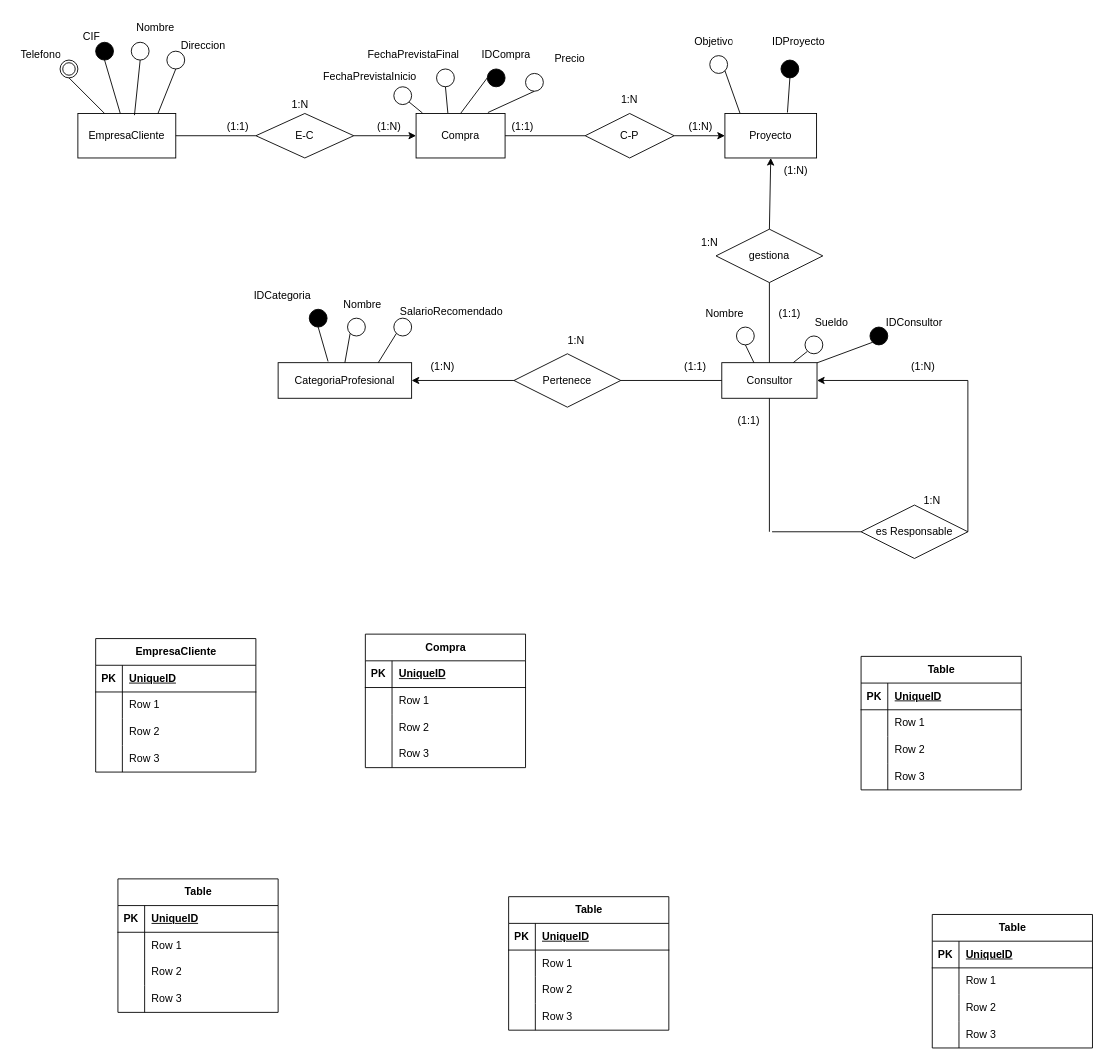
Before: EJERCICIO2.drawio in Jose-An608/BASE_DATOS_1, a draw.io diagram. Source tidied: cells renumbered, new cells numbered last; positions are measured from the earlier drawing's top-left corner, leaving out a move shared by most shapes. Both pictures are drawn from the tidied source at 89%, with x=0, y=0 at pixel (15, 15).
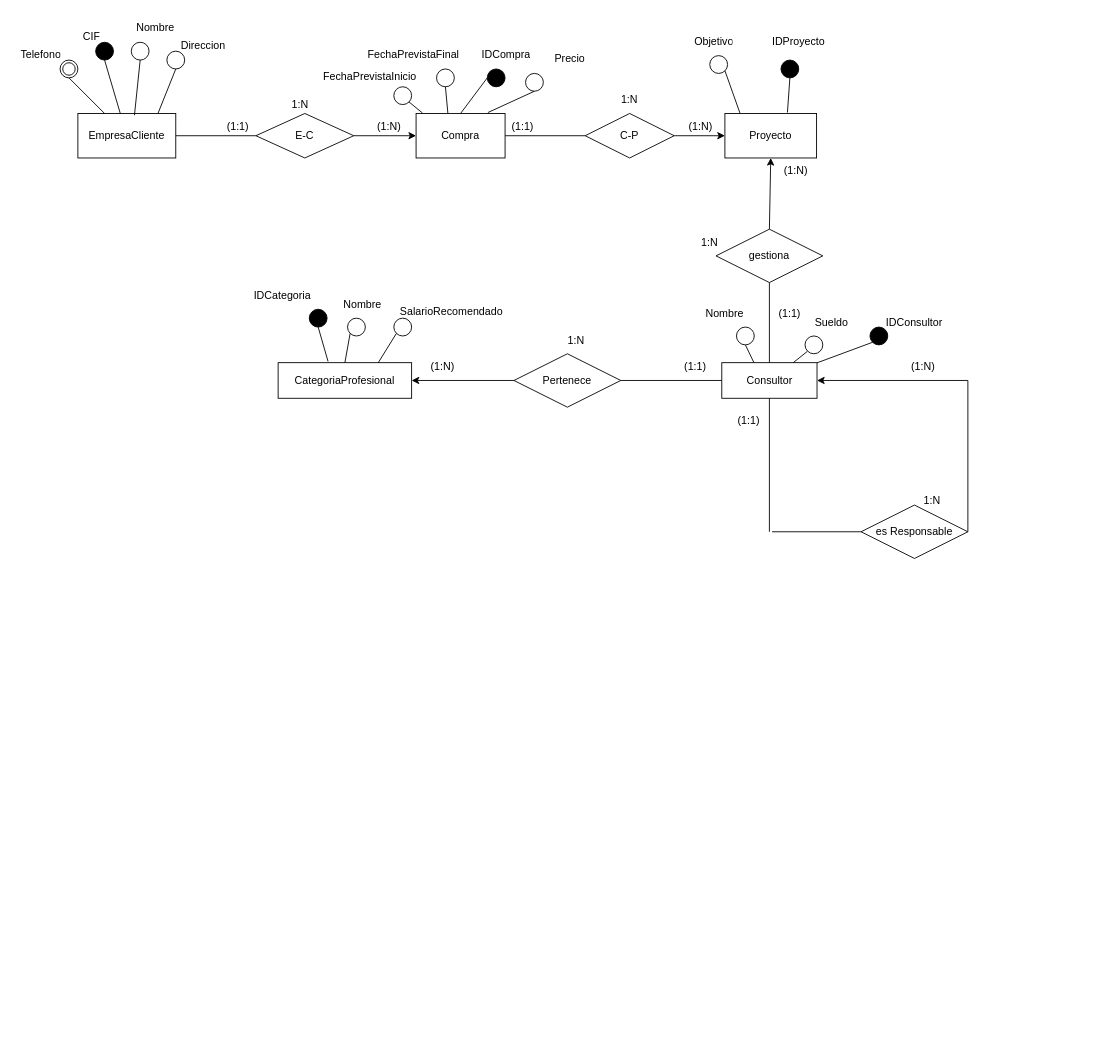
The same page after the edit.

What changed in the source:
```diff
@@
-    <mxCell id="78" value="EmpresaCliente" style="shape=table;startSize=30;childLayout=tableLayout;rowLines=0;fontStyle=1;align=center;html=1;" parent="1" vertex="1">
-      <mxGeometry x="90" y="700" width="180" height="150" as="geometry" />
-    </mxCell>
-    <mxCell id="79" style="shape=tableRow;horizontal=0;startSize=0;swimlaneHead=0;swimlaneBody=0;fillColor=none;top=0;left=0;right=0;bottom=1;" parent="78" vertex="1">
-      <mxGeometry y="30" width="180" height="30" as="geometry" />
-    </mxCell>
-    <mxCell id="80" value="PK" style="shape=partialRectangle;fillColor=none;top=0;left=0;bottom=0;right=0;fontStyle=1;overflow=hidden;whiteSpace=wrap;html=1;" parent="79" vertex="1">
-      <mxGeometry width="30" height="30" as="geometry" />
-    </mxCell>
-    <mxCell id="81" value="UniqueID" style="shape=partialRectangle;fillColor=none;top=0;left=0;bottom=0;right=0;align=left;spacingLeft=6;fontStyle=5;overflow=hidden;whiteSpace=wrap;html=1;" parent="79" vertex="1">
-      <mxGeometry x="30" width="150" height="30" as="geometry" />
-    </mxCell>
-    <mxCell id="82" style="shape=tableRow;horizontal=0;startSize=0;swimlaneHead=0;swimlaneBody=0;fillColor=none;top=0;left=0;right=0;bottom=0;" parent="78" vertex="1">
-      <mxGeometry y="60" width="180" height="30" as="geometry" />
-    </mxCell>
-    <mxCell id="83" style="shape=partialRectangle;fillColor=none;top=0;left=0;bottom=0;right=0;overflow=hidden;whiteSpace=wrap;html=1;" parent="82" vertex="1">
-      <mxGeometry width="30" height="30" as="geometry" />
-    </mxCell>
-    <mxCell id="84" value="Row 1" style="shape=partialRectangle;fillColor=none;top=0;left=0;bottom=0;right=0;align=left;spacingLeft=6;overflow=hidden;whiteSpace=wrap;html=1;" parent="82" vertex="1">
-      <mxGeometry x="30" width="150" height="30" as="geometry" />
-    </mxCell>
-    <mxCell id="85" style="shape=tableRow;horizontal=0;startSize=0;swimlaneHead=0;swimlaneBody=0;fillColor=none;top=0;left=0;right=0;bottom=0;" parent="78" vertex="1">
-      <mxGeometry y="90" width="180" height="30" as="geometry" />
-    </mxCell>
-    <mxCell id="86" style="shape=partialRectangle;fillColor=none;top=0;left=0;bottom=0;right=0;overflow=hidden;whiteSpace=wrap;html=1;" parent="85" vertex="1">
-      <mxGeometry width="30" height="30" as="geometry" />
-    </mxCell>
-    <mxCell id="87" value="Row 2" style="shape=partialRectangle;fillColor=none;top=0;left=0;bottom=0;right=0;align=left;spacingLeft=6;overflow=hidden;whiteSpace=wrap;html=1;" parent="85" vertex="1">
-      <mxGeometry x="30" width="150" height="30" as="geometry" />
-    </mxCell>
-    <mxCell id="88" style="shape=tableRow;horizontal=0;startSize=0;swimlaneHead=0;swimlaneBody=0;fillColor=none;top=0;left=0;right=0;bottom=0;" parent="78" vertex="1">
-      <mxGeometry y="120" width="180" height="30" as="geometry" />
-    </mxCell>
-    <mxCell id="89" style="shape=partialRectangle;fillColor=none;top=0;left=0;bottom=0;right=0;overflow=hidden;whiteSpace=wrap;html=1;" parent="88" vertex="1">
-      <mxGeometry width="30" height="30" as="geometry" />
-    </mxCell>
-    <mxCell id="90" value="Row 3" style="shape=partialRectangle;fillColor=none;top=0;left=0;bottom=0;right=0;align=left;spacingLeft=6;overflow=hidden;whiteSpace=wrap;html=1;" parent="88" vertex="1">
-      <mxGeometry x="30" width="150" height="30" as="geometry" />
-    </mxCell>
-    <mxCell id="91" value="Compra" style="shape=table;startSize=30;childLayout=tableLayout;rowLines=0;fontStyle=1;align=center;html=1;" parent="1" vertex="1">
-      <mxGeometry x="393" y="695" width="180" height="150" as="geometry" />
-    </mxCell>
-    <mxCell id="92" style="shape=tableRow;horizontal=0;startSize=0;swimlaneHead=0;swimlaneBody=0;fillColor=none;top=0;left=0;right=0;bottom=1;" parent="91" vertex="1">
-      <mxGeometry y="30" width="180" height="30" as="geometry" />
-    </mxCell>
-    <mxCell id="93" value="PK" style="shape=partialRectangle;fillColor=none;top=0;left=0;bottom=0;right=0;fontStyle=1;overflow=hidden;whiteSpace=wrap;html=1;" parent="92" vertex="1">
-      <mxGeometry width="30" height="30" as="geometry" />
-    </mxCell>
-    <mxCell id="94" value="UniqueID" style="shape=partialRectangle;fillColor=none;top=0;left=0;bottom=0;right=0;align=left;spacingLeft=6;fontStyle=5;overflow=hidden;whiteSpace=wrap;html=1;" parent="92" vertex="1">
-      <mxGeometry x="30" width="150" height="30" as="geometry" />
-    </mxCell>
-    <mxCell id="95" style="shape=tableRow;horizontal=0;startSize=0;swimlaneHead=0;swimlaneBody=0;fillColor=none;top=0;left=0;right=0;bottom=0;" parent="91" vertex="1">
-      <mxGeometry y="60" width="180" height="30" as="geometry" />
-    </mxCell>
-    <mxCell id="96" style="shape=partialRectangle;fillColor=none;top=0;left=0;bottom=0;right=0;overflow=hidden;whiteSpace=wrap;html=1;" parent="95" vertex="1">
-      <mxGeometry width="30" height="30" as="geometry" />
-    </mxCell>
-    <mxCell id="97" value="Row 1" style="shape=partialRectangle;fillColor=none;top=0;left=0;bottom=0;right=0;align=left;spacingLeft=6;overflow=hidden;whiteSpace=wrap;html=1;" parent="95" vertex="1">
-      <mxGeometry x="30" width="150" height="30" as="geometry" />
-    </mxCell>
-    <mxCell id="98" style="shape=tableRow;horizontal=0;startSize=0;swimlaneHead=0;swimlaneBody=0;fillColor=none;top=0;left=0;right=0;bottom=0;" parent="91" vertex="1">
-      <mxGeometry y="90" width="180" height="30" as="geometry" />
-    </mxCell>
-    <mxCell id="99" style="shape=partialRectangle;fillColor=none;top=0;left=0;bottom=0;right=0;overflow=hidden;whiteSpace=wrap;html=1;" parent="98" vertex="1">
-      <mxGeometry width="30" height="30" as="geometry" />
-    </mxCell>
-    <mxCell id="100" value="Row 2" style="shape=partialRectangle;fillColor=none;top=0;left=0;bottom=0;right=0;align=left;spacingLeft=6;overflow=hidden;whiteSpace=wrap;html=1;" parent="98" vertex="1">
-      <mxGeometry x="30" width="150" height="30" as="geometry" />
-    </mxCell>
-    <mxCell id="101" style="shape=tableRow;horizontal=0;startSize=0;swimlaneHead=0;swimlaneBody=0;fillColor=none;top=0;left=0;right=0;bottom=0;" parent="91" vertex="1">
-      <mxGeometry y="120" width="180" height="30" as="geometry" />
-    </mxCell>
-    <mxCell id="102" style="shape=partialRectangle;fillColor=none;top=0;left=0;bottom=0;right=0;overflow=hidden;whiteSpace=wrap;html=1;" parent="101" vertex="1">
-      <mxGeometry width="30" height="30" as="geometry" />
-    </mxCell>
-    <mxCell id="103" value="Row 3" style="shape=partialRectangle;fillColor=none;top=0;left=0;bottom=0;right=0;align=left;spacingLeft=6;overflow=hidden;whiteSpace=wrap;html=1;" parent="101" vertex="1">
-      <mxGeometry x="30" width="150" height="30" as="geometry" />
-    </mxCell>
-    <mxCell id="104" value="Table" style="shape=table;startSize=30;childLayout=tableLayout;rowLines=0;fontStyle=1;align=center;html=1;" parent="1" vertex="1">
-      <mxGeometry x="950" y="720" width="180" height="150" as="geometry" />
-    </mxCell>
-    <mxCell id="105" style="shape=tableRow;horizontal=0;startSize=0;swimlaneHead=0;swimlaneBody=0;fillColor=none;top=0;left=0;right=0;bottom=1;" parent="104" vertex="1">
-      <mxGeometry y="30" width="180" height="30" as="geometry" />
-    </mxCell>
-    <mxCell id="106" value="PK" style="shape=partialRectangle;fillColor=none;top=0;left=0;bottom=0;right=0;fontStyle=1;overflow=hidden;whiteSpace=wrap;html=1;" parent="105" vertex="1">
-      <mxGeometry width="30" height="30" as="geometry" />
-    </mxCell>
-    <mxCell id="107" value="UniqueID" style="shape=partialRectangle;fillColor=none;top=0;left=0;bottom=0;right=0;align=left;spacingLeft=6;fontStyle=5;overflow=hidden;whiteSpace=wrap;html=1;" parent="105" vertex="1">
-      <mxGeometry x="30" width="150" height="30" as="geometry" />
-    </mxCell>
-    <mxCell id="108" style="shape=tableRow;horizontal=0;startSize=0;swimlaneHead=0;swimlaneBody=0;fillColor=none;top=0;left=0;right=0;bottom=0;" parent="104" vertex="1">
-      <mxGeometry y="60" width="180" height="30" as="geometry" />
-    </mxCell>
-    <mxCell id="109" style="shape=partialRectangle;fillColor=none;top=0;left=0;bottom=0;right=0;overflow=hidden;whiteSpace=wrap;html=1;" parent="108" vertex="1">
-      <mxGeometry width="30" height="30" as="geometry" />
-    </mxCell>
-    <mxCell id="110" value="Row 1" style="shape=partialRectangle;fillColor=none;top=0;left=0;bottom=0;right=0;align=left;spacingLeft=6;overflow=hidden;whiteSpace=wrap;html=1;" parent="108" vertex="1">
-      <mxGeometry x="30" width="150" height="30" as="geometry" />
-    </mxCell>
-    <mxCell id="111" style="shape=tableRow;horizontal=0;startSize=0;swimlaneHead=0;swimlaneBody=0;fillColor=none;top=0;left=0;right=0;bottom=0;" parent="104" vertex="1">
-      <mxGeometry y="90" width="180" height="30" as="geometry" />
-    </mxCell>
-    <mxCell id="112" style="shape=partialRectangle;fillColor=none;top=0;left=0;bottom=0;right=0;overflow=hidden;whiteSpace=wrap;html=1;" parent="111" vertex="1">
-      <mxGeometry width="30" height="30" as="geometry" />
-    </mxCell>
-    <mxCell id="113" value="Row 2" style="shape=partialRectangle;fillColor=none;top=0;left=0;bottom=0;right=0;align=left;spacingLeft=6;overflow=hidden;whiteSpace=wrap;html=1;" parent="111" vertex="1">
-      <mxGeometry x="30" width="150" height="30" as="geometry" />
-    </mxCell>
-    <mxCell id="114" style="shape=tableRow;horizontal=0;startSize=0;swimlaneHead=0;swimlaneBody=0;fillColor=none;top=0;left=0;right=0;bottom=0;" parent="104" vertex="1">
-      <mxGeometry y="120" width="180" height="30" as="geometry" />
-    </mxCell>
-    <mxCell id="115" style="shape=partialRectangle;fillColor=none;top=0;left=0;bottom=0;right=0;overflow=hidden;whiteSpace=wrap;html=1;" parent="114" vertex="1">
-      <mxGeometry width="30" height="30" as="geometry" />
-    </mxCell>
-    <mxCell id="116" value="Row 3" style="shape=partialRectangle;fillColor=none;top=0;left=0;bottom=0;right=0;align=left;spacingLeft=6;overflow=hidden;whiteSpace=wrap;html=1;" parent="114" vertex="1">
-      <mxGeometry x="30" width="150" height="30" as="geometry" />
-    </mxCell>
-    <mxCell id="117" value="Table" style="shape=table;startSize=30;childLayout=tableLayout;rowLines=0;fontStyle=1;align=center;html=1;" parent="1" vertex="1">
-      <mxGeometry x="115" y="970" width="180" height="150" as="geometry" />
-    </mxCell>
-    <mxCell id="118" style="shape=tableRow;horizontal=0;startSize=0;swimlaneHead=0;swimlaneBody=0;fillColor=none;top=0;left=0;right=0;bottom=1;" parent="117" vertex="1">
-      <mxGeometry y="30" width="180" height="30" as="geometry" />
-    </mxCell>
-    <mxCell id="119" value="PK" style="shape=partialRectangle;fillColor=none;top=0;left=0;bottom=0;right=0;fontStyle=1;overflow=hidden;whiteSpace=wrap;html=1;" parent="118" vertex="1">
-      <mxGeometry width="30" height="30" as="geometry" />
-    </mxCell>
-    <mxCell id="120" value="UniqueID" style="shape=partialRectangle;fillColor=none;top=0;left=0;bottom=0;right=0;align=left;spacingLeft=6;fontStyle=5;overflow=hidden;whiteSpace=wrap;html=1;" parent="118" vertex="1">
-      <mxGeometry x="30" width="150" height="30" as="geometry" />
-    </mxCell>
-    <mxCell id="121" style="shape=tableRow;horizontal=0;startSize=0;swimlaneHead=0;swimlaneBody=0;fillColor=none;top=0;left=0;right=0;bottom=0;" parent="117" vertex="1">
-      <mxGeometry y="60" width="180" height="30" as="geometry" />
-    </mxCell>
-    <mxCell id="122" style="shape=partialRectangle;fillColor=none;top=0;left=0;bottom=0;right=0;overflow=hidden;whiteSpace=wrap;html=1;" parent="121" vertex="1">
-      <mxGeometry width="30" height="30" as="geometry" />
-    </mxCell>
-    <mxCell id="123" value="Row 1" style="shape=partialRectangle;fillColor=none;top=0;left=0;bottom=0;right=0;align=left;spacingLeft=6;overflow=hidden;whiteSpace=wrap;html=1;" parent="121" vertex="1">
-      <mxGeometry x="30" width="150" height="30" as="geometry" />
-    </mxCell>
-    <mxCell id="124" style="shape=tableRow;horizontal=0;startSize=0;swimlaneHead=0;swimlaneBody=0;fillColor=none;top=0;left=0;right=0;bottom=0;" parent="117" vertex="1">
-      <mxGeometry y="90" width="180" height="30" as="geometry" />
-    </mxCell>
-    <mxCell id="125" style="shape=partialRectangle;fillColor=none;top=0;left=0;bottom=0;right=0;overflow=hidden;whiteSpace=wrap;html=1;" parent="124" vertex="1">
-      <mxGeometry width="30" height="30" as="geometry" />
-    </mxCell>
-    <mxCell id="126" value="Row 2" style="shape=partialRectangle;fillColor=none;top=0;left=0;bottom=0;right=0;align=left;spacingLeft=6;overflow=hidden;whiteSpace=wrap;html=1;" parent="124" vertex="1">
-      <mxGeometry x="30" width="150" height="30" as="geometry" />
-    </mxCell>
-    <mxCell id="127" style="shape=tableRow;horizontal=0;startSize=0;swimlaneHead=0;swimlaneBody=0;fillColor=none;top=0;left=0;right=0;bottom=0;" parent="117" vertex="1">
-      <mxGeometry y="120" width="180" height="30" as="geometry" />
-    </mxCell>
-    <mxCell id="128" style="shape=partialRectangle;fillColor=none;top=0;left=0;bottom=0;right=0;overflow=hidden;whiteSpace=wrap;html=1;" parent="127" vertex="1">
-      <mxGeometry width="30" height="30" as="geometry" />
-    </mxCell>
-    <mxCell id="129" value="Row 3" style="shape=partialRectangle;fillColor=none;top=0;left=0;bottom=0;right=0;align=left;spacingLeft=6;overflow=hidden;whiteSpace=wrap;html=1;" parent="127" vertex="1">
-      <mxGeometry x="30" width="150" height="30" as="geometry" />
-    </mxCell>
-    <mxCell id="130" value="Table" style="shape=table;startSize=30;childLayout=tableLayout;rowLines=0;fontStyle=1;align=center;html=1;" parent="1" vertex="1">
-      <mxGeometry x="554" y="990" width="180" height="150" as="geometry" />
-    </mxCell>
-    <mxCell id="131" style="shape=tableRow;horizontal=0;startSize=0;swimlaneHead=0;swimlaneBody=0;fillColor=none;top=0;left=0;right=0;bottom=1;" parent="130" vertex="1">
-      <mxGeometry y="30" width="180" height="30" as="geometry" />
-    </mxCell>
-    <mxCell id="132" value="PK" style="shape=partialRectangle;fillColor=none;top=0;left=0;bottom=0;right=0;fontStyle=1;overflow=hidden;whiteSpace=wrap;html=1;" parent="131" vertex="1">
-      <mxGeometry width="30" height="30" as="geometry" />
-    </mxCell>
-    <mxCell id="133" value="UniqueID" style="shape=partialRectangle;fillColor=none;top=0;left=0;bottom=0;right=0;align=left;spacingLeft=6;fontStyle=5;overflow=hidden;whiteSpace=wrap;html=1;" parent="131" vertex="1">
-      <mxGeometry x="30" width="150" height="30" as="geometry" />
-    </mxCell>
-    <mxCell id="134" style="shape=tableRow;horizontal=0;startSize=0;swimlaneHead=0;swimlaneBody=0;fillColor=none;top=0;left=0;right=0;bottom=0;" parent="130" vertex="1">
-      <mxGeometry y="60" width="180" height="30" as="geometry" />
-    </mxCell>
-    <mxCell id="135" style="shape=partialRectangle;fillColor=none;top=0;left=0;bottom=0;right=0;overflow=hidden;whiteSpace=wrap;html=1;" parent="134" vertex="1">
-      <mxGeometry width="30" height="30" as="geometry" />
-    </mxCell>
-    <mxCell id="136" value="Row 1" style="shape=partialRectangle;fillColor=none;top=0;left=0;bottom=0;right=0;align=left;spacingLeft=6;overflow=hidden;whiteSpace=wrap;html=1;" parent="134" vertex="1">
-      <mxGeometry x="30" width="150" height="30" as="geometry" />
-    </mxCell>
-    <mxCell id="137" style="shape=tableRow;horizontal=0;startSize=0;swimlaneHead=0;swimlaneBody=0;fillColor=none;top=0;left=0;right=0;bottom=0;" parent="130" vertex="1">
-      <mxGeometry y="90" width="180" height="30" as="geometry" />
-    </mxCell>
-    <mxCell id="138" style="shape=partialRectangle;fillColor=none;top=0;left=0;bottom=0;right=0;overflow=hidden;whiteSpace=wrap;html=1;" parent="137" vertex="1">
-      <mxGeometry width="30" height="30" as="geometry" />
-    </mxCell>
-    <mxCell id="139" value="Row 2" style="shape=partialRectangle;fillColor=none;top=0;left=0;bottom=0;right=0;align=left;spacingLeft=6;overflow=hidden;whiteSpace=wrap;html=1;" parent="137" vertex="1">
-      <mxGeometry x="30" width="150" height="30" as="geometry" />
-    </mxCell>
-    <mxCell id="140" style="shape=tableRow;horizontal=0;startSize=0;swimlaneHead=0;swimlaneBody=0;fillColor=none;top=0;left=0;right=0;bottom=0;" parent="130" vertex="1">
-      <mxGeometry y="120" width="180" height="30" as="geometry" />
-    </mxCell>
-    <mxCell id="141" style="shape=partialRectangle;fillColor=none;top=0;left=0;bottom=0;right=0;overflow=hidden;whiteSpace=wrap;html=1;" parent="140" vertex="1">
-      <mxGeometry width="30" height="30" as="geometry" />
-    </mxCell>
-    <mxCell id="142" value="Row 3" style="shape=partialRectangle;fillColor=none;top=0;left=0;bottom=0;right=0;align=left;spacingLeft=6;overflow=hidden;whiteSpace=wrap;html=1;" parent="140" vertex="1">
-      <mxGeometry x="30" width="150" height="30" as="geometry" />
-    </mxCell>
-    <mxCell id="143" value="Table" style="shape=table;startSize=30;childLayout=tableLayout;rowLines=0;fontStyle=1;align=center;html=1;" parent="1" vertex="1">
-      <mxGeometry x="1030" y="1010" width="180" height="150" as="geometry" />
-    </mxCell>
-    <mxCell id="144" style="shape=tableRow;horizontal=0;startSize=0;swimlaneHead=0;swimlaneBody=0;fillColor=none;top=0;left=0;right=0;bottom=1;" parent="143" vertex="1">
-      <mxGeometry y="30" width="180" height="30" as="geometry" />
-    </mxCell>
-    <mxCell id="145" value="PK" style="shape=partialRectangle;fillColor=none;top=0;left=0;bottom=0;right=0;fontStyle=1;overflow=hidden;whiteSpace=wrap;html=1;" parent="144" vertex="1">
-      <mxGeometry width="30" height="30" as="geometry" />
-    </mxCell>
-    <mxCell id="146" value="UniqueID" style="shape=partialRectangle;fillColor=none;top=0;left=0;bottom=0;right=0;align=left;spacingLeft=6;fontStyle=5;overflow=hidden;whiteSpace=wrap;html=1;" parent="144" vertex="1">
-      <mxGeometry x="30" width="150" height="30" as="geometry" />
-    </mxCell>
-    <mxCell id="147" style="shape=tableRow;horizontal=0;startSize=0;swimlaneHead=0;swimlaneBody=0;fillColor=none;top=0;left=0;right=0;bottom=0;" parent="143" vertex="1">
-      <mxGeometry y="60" width="180" height="30" as="geometry" />
-    </mxCell>
-    <mxCell id="148" style="shape=partialRectangle;fillColor=none;top=0;left=0;bottom=0;right=0;overflow=hidden;whiteSpace=wrap;html=1;" parent="147" vertex="1">
-      <mxGeometry width="30" height="30" as="geometry" />
-    </mxCell>
-    <mxCell id="149" value="Row 1" style="shape=partialRectangle;fillColor=none;top=0;left=0;bottom=0;right=0;align=left;spacingLeft=6;overflow=hidden;whiteSpace=wrap;html=1;" parent="147" vertex="1">
-      <mxGeometry x="30" width="150" height="30" as="geometry" />
-    </mxCell>
-    <mxCell id="150" style="shape=tableRow;horizontal=0;startSize=0;swimlaneHead=0;swimlaneBody=0;fillColor=none;top=0;left=0;right=0;bottom=0;" parent="143" vertex="1">
-      <mxGeometry y="90" width="180" height="30" as="geometry" />
-    </mxCell>
-    <mxCell id="151" style="shape=partialRectangle;fillColor=none;top=0;left=0;bottom=0;right=0;overflow=hidden;whiteSpace=wrap;html=1;" parent="150" vertex="1">
-      <mxGeometry width="30" height="30" as="geometry" />
-    </mxCell>
-    <mxCell id="152" value="Row 2" style="shape=partialRectangle;fillColor=none;top=0;left=0;bottom=0;right=0;align=left;spacingLeft=6;overflow=hidden;whiteSpace=wrap;html=1;" parent="150" vertex="1">
-      <mxGeometry x="30" width="150" height="30" as="geometry" />
-    </mxCell>
-    <mxCell id="153" style="shape=tableRow;horizontal=0;startSize=0;swimlaneHead=0;swimlaneBody=0;fillColor=none;top=0;left=0;right=0;bottom=0;" parent="143" vertex="1">
-      <mxGeometry y="120" width="180" height="30" as="geometry" />
-    </mxCell>
-    <mxCell id="154" style="shape=partialRectangle;fillColor=none;top=0;left=0;bottom=0;right=0;overflow=hidden;whiteSpace=wrap;html=1;" parent="153" vertex="1">
-      <mxGeometry width="30" height="30" as="geometry" />
-    </mxCell>
-    <mxCell id="155" value="Row 3" style="shape=partialRectangle;fillColor=none;top=0;left=0;bottom=0;right=0;align=left;spacingLeft=6;overflow=hidden;whiteSpace=wrap;html=1;" parent="153" vertex="1">
-      <mxGeometry x="30" width="150" height="30" as="geometry" />
-    </mxCell>
```
